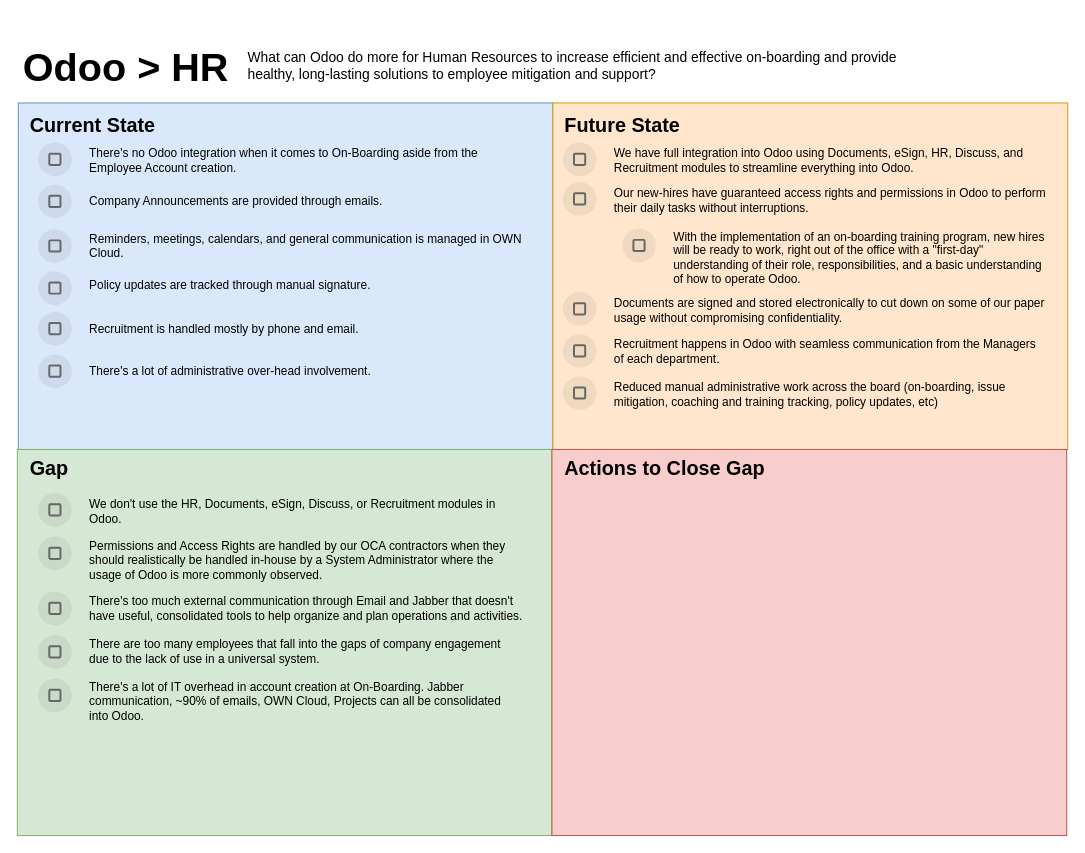
Earlier version of the draw.io diagram HR Gap Analysis.drawio (Kazkade/Flowcharts). Source tidied: cells renumbered, new cells numbered last; positions are measured from the earlier drawing's top-left corner, leaving out a move shared by most shapes. Both pictures are drawn from the tidied source at 99%, with x=0, y=0 at pixel (17, 27).
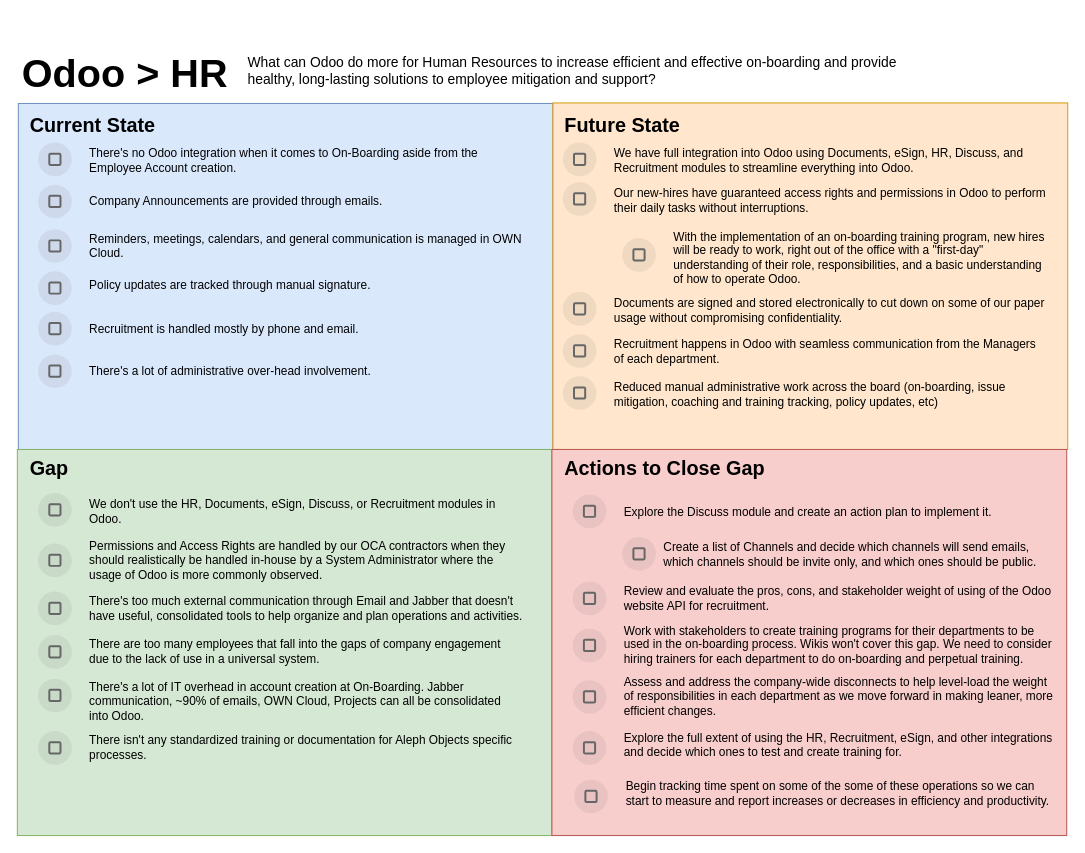
The same page after the edit.

What changed in the source:
```diff
@@
     <mxCell id="2" style="rounded=0;whiteSpace=wrap;html=1;fillColor=#dae8fc;strokeColor=#6c8ebf;" parent="1" vertex="1">
-      <mxGeometry x="1" y="76.5" width="540" height="350" as="geometry" />
+      <mxGeometry x="1" y="77" width="540" height="350" as="geometry" />
     </mxCell>
@@
     <mxCell id="13" value="What can Odoo do more for Human Resources to increase efficient and effective on-boarding and provide healthy, long-lasting solutions to employee mitigation and support?" style="text;html=1;strokeColor=none;fillColor=none;align=left;verticalAlign=middle;whiteSpace=wrap;rounded=0;fontSize=14;" parent="1" vertex="1">
-      <mxGeometry x="231" y="15.5" width="680" height="46" as="geometry" />
+      <mxGeometry x="231" y="21" width="680" height="46" as="geometry" />
     </mxCell>
     <mxCell id="14" value="&lt;h1&gt;Odoo &amp;gt; HR&lt;/h1&gt;" style="text;html=1;strokeColor=none;fillColor=none;spacing=5;spacingTop=-20;whiteSpace=wrap;overflow=hidden;rounded=0;fontSize=20;align=left;" parent="1" vertex="1">
-      <mxGeometry x="1" width="250" height="77" as="geometry" />
+      <mxGeometry y="5.5" width="250" height="66" as="geometry" />
     </mxCell>
@@
     <mxCell id="36" style="shape=ellipse;labelPosition=right;align=left;strokeColor=none;fillColor=#666666;opacity=10;fontSize=20;" parent="1" vertex="1">
-      <mxGeometry x="611" y="203.5" width="34" height="34" as="geometry" />
+      <mxGeometry x="611" y="213" width="34" height="34" as="geometry" />
     </mxCell>
@@
     <mxCell id="51" style="shape=ellipse;labelPosition=right;align=left;strokeColor=none;fillColor=#666666;opacity=10;fontSize=20;" parent="1" vertex="1">
-      <mxGeometry x="21" y="514.5" width="34" height="34" as="geometry" />
+      <mxGeometry x="21" y="521.5" width="34" height="34" as="geometry" />
     </mxCell>
@@
+    <mxCell id="63" style="shape=ellipse;labelPosition=right;align=left;strokeColor=none;fillColor=#666666;opacity=10;fontSize=20;" parent="1" vertex="1">
+      <mxGeometry x="21" y="711" width="34" height="34" as="geometry" />
+    </mxCell>
+    <mxCell id="64" style="dashed=0;labelPosition=right;align=left;shape=mxgraph.gmdl.checkbox;strokeColor=#666666;fillColor=none;strokeWidth=2;" parent="63" vertex="1">
+      <mxGeometry x="11.3" y="11.3" width="11.3" height="11.3" as="geometry" />
+    </mxCell>
+    <mxCell id="65" value="There isn't any standardized training or documentation for Aleph Objects specific processes." style="text;html=1;strokeColor=none;fillColor=none;align=left;verticalAlign=middle;whiteSpace=wrap;rounded=0;fontSize=12;" parent="1" vertex="1">
+      <mxGeometry x="71" y="713" width="440" height="30" as="geometry" />
+    </mxCell>
+    <mxCell id="66" style="shape=ellipse;labelPosition=right;align=left;strokeColor=none;fillColor=#666666;opacity=10;fontSize=20;" parent="1" vertex="1">
+      <mxGeometry x="561" y="472" width="34" height="34" as="geometry" />
+    </mxCell>
+    <mxCell id="67" style="dashed=0;labelPosition=right;align=left;shape=mxgraph.gmdl.checkbox;strokeColor=#666666;fillColor=none;strokeWidth=2;" parent="66" vertex="1">
+      <mxGeometry x="11.3" y="11.3" width="11.3" height="11.3" as="geometry" />
+    </mxCell>
+    <mxCell id="68" value="Explore the Discuss module and create an action plan to implement it." style="text;html=1;strokeColor=none;fillColor=none;align=left;verticalAlign=middle;whiteSpace=wrap;rounded=0;fontSize=12;" parent="1" vertex="1">
+      <mxGeometry x="611" y="473.5" width="440" height="33" as="geometry" />
+    </mxCell>
+    <mxCell id="69" style="shape=ellipse;labelPosition=right;align=left;strokeColor=none;fillColor=#666666;opacity=10;fontSize=20;" parent="1" vertex="1">
+      <mxGeometry x="611" y="515" width="34" height="34" as="geometry" />
+    </mxCell>
+    <mxCell id="70" style="dashed=0;labelPosition=right;align=left;shape=mxgraph.gmdl.checkbox;strokeColor=#666666;fillColor=none;strokeWidth=2;" parent="69" vertex="1">
+      <mxGeometry x="11.3" y="11.3" width="11.3" height="11.3" as="geometry" />
+    </mxCell>
+    <mxCell id="71" value="Create a list of Channels and decide which channels will send emails, which channels should be invite only, and which ones should be public." style="text;html=1;strokeColor=none;fillColor=none;align=left;verticalAlign=middle;whiteSpace=wrap;rounded=0;fontSize=12;" parent="1" vertex="1">
+      <mxGeometry x="651" y="510" width="400" height="45" as="geometry" />
+    </mxCell>
+    <mxCell id="72" style="shape=ellipse;labelPosition=right;align=left;strokeColor=none;fillColor=#666666;opacity=10;fontSize=20;" parent="1" vertex="1">
+      <mxGeometry x="561" y="560" width="34" height="34" as="geometry" />
+    </mxCell>
+    <mxCell id="73" style="dashed=0;labelPosition=right;align=left;shape=mxgraph.gmdl.checkbox;strokeColor=#666666;fillColor=none;strokeWidth=2;" parent="72" vertex="1">
+      <mxGeometry x="11.3" y="11.3" width="11.3" height="11.3" as="geometry" />
+    </mxCell>
+    <mxCell id="74" value="Review and evaluate the pros, cons, and stakeholder weight of using of the Odoo website API for recruitment." style="text;html=1;strokeColor=none;fillColor=none;align=left;verticalAlign=middle;whiteSpace=wrap;rounded=0;fontSize=12;" parent="1" vertex="1">
+      <mxGeometry x="611" y="562" width="440" height="29" as="geometry" />
+    </mxCell>
+    <mxCell id="75" style="shape=ellipse;labelPosition=right;align=left;strokeColor=none;fillColor=#666666;opacity=10;fontSize=20;" parent="1" vertex="1">
+      <mxGeometry x="561" y="607.5" width="34" height="34" as="geometry" />
+    </mxCell>
+    <mxCell id="76" style="dashed=0;labelPosition=right;align=left;shape=mxgraph.gmdl.checkbox;strokeColor=#666666;fillColor=none;strokeWidth=2;" parent="75" vertex="1">
+      <mxGeometry x="11.3" y="11.3" width="11.3" height="11.3" as="geometry" />
+    </mxCell>
+    <mxCell id="77" style="shape=ellipse;labelPosition=right;align=left;strokeColor=none;fillColor=#666666;opacity=10;fontSize=20;" parent="1" vertex="1">
+      <mxGeometry x="561" y="659.5" width="34" height="34" as="geometry" />
+    </mxCell>
+    <mxCell id="78" style="dashed=0;labelPosition=right;align=left;shape=mxgraph.gmdl.checkbox;strokeColor=#666666;fillColor=none;strokeWidth=2;" parent="77" vertex="1">
+      <mxGeometry x="11.3" y="11.3" width="11.3" height="11.3" as="geometry" />
+    </mxCell>
+    <mxCell id="79" value="Assess and address the company-wide disconnects to help level-load the weight of responsibilities in each department as we move forward in making leaner, more efficient changes." style="text;html=1;strokeColor=none;fillColor=none;align=left;verticalAlign=middle;whiteSpace=wrap;rounded=0;fontSize=12;" parent="1" vertex="1">
+      <mxGeometry x="611" y="657" width="440" height="38" as="geometry" />
+    </mxCell>
+    <mxCell id="80" style="shape=ellipse;labelPosition=right;align=left;strokeColor=none;fillColor=#666666;opacity=10;fontSize=20;" parent="1" vertex="1">
+      <mxGeometry x="561" y="711" width="34" height="34" as="geometry" />
+    </mxCell>
+    <mxCell id="81" style="dashed=0;labelPosition=right;align=left;shape=mxgraph.gmdl.checkbox;strokeColor=#666666;fillColor=none;strokeWidth=2;" parent="80" vertex="1">
+      <mxGeometry x="11.3" y="11.3" width="11.3" height="11.3" as="geometry" />
+    </mxCell>
+    <mxCell id="82" value="Work with stakeholders to create training programs for their departments to be used in the on-boarding process. Wikis won't cover this gap. We need to consider hiring trainers for each department to do on-boarding and perpetual training." style="text;html=1;strokeColor=none;fillColor=none;align=left;verticalAlign=middle;whiteSpace=wrap;rounded=0;fontSize=12;" parent="1" vertex="1">
+      <mxGeometry x="611" y="602" width="440" height="44" as="geometry" />
+    </mxCell>
+    <mxCell id="83" value="Explore the full extent of using the HR, Recruitment, eSign, and other integrations and decide which ones to test and create training for." style="text;html=1;strokeColor=none;fillColor=none;align=left;verticalAlign=middle;whiteSpace=wrap;rounded=0;fontSize=12;" parent="1" vertex="1">
+      <mxGeometry x="611" y="706" width="440" height="38" as="geometry" />
+    </mxCell>
+    <mxCell id="84" style="shape=ellipse;labelPosition=right;align=left;strokeColor=none;fillColor=#666666;opacity=10;fontSize=20;" parent="1" vertex="1">
+      <mxGeometry x="562.5" y="760" width="34" height="34" as="geometry" />
+    </mxCell>
+    <mxCell id="85" style="dashed=0;labelPosition=right;align=left;shape=mxgraph.gmdl.checkbox;strokeColor=#666666;fillColor=none;strokeWidth=2;" parent="84" vertex="1">
+      <mxGeometry x="11.3" y="11.3" width="11.3" height="11.3" as="geometry" />
+    </mxCell>
+    <mxCell id="86" value="Begin tracking time spent on some of the some of these operations so we can start to measure and report increases or decreases in efficiency and productivity." style="text;html=1;strokeColor=none;fillColor=none;align=left;verticalAlign=middle;whiteSpace=wrap;rounded=0;fontSize=12;" parent="1" vertex="1">
+      <mxGeometry x="612.5" y="755" width="440" height="38" as="geometry" />
+    </mxCell>
```
